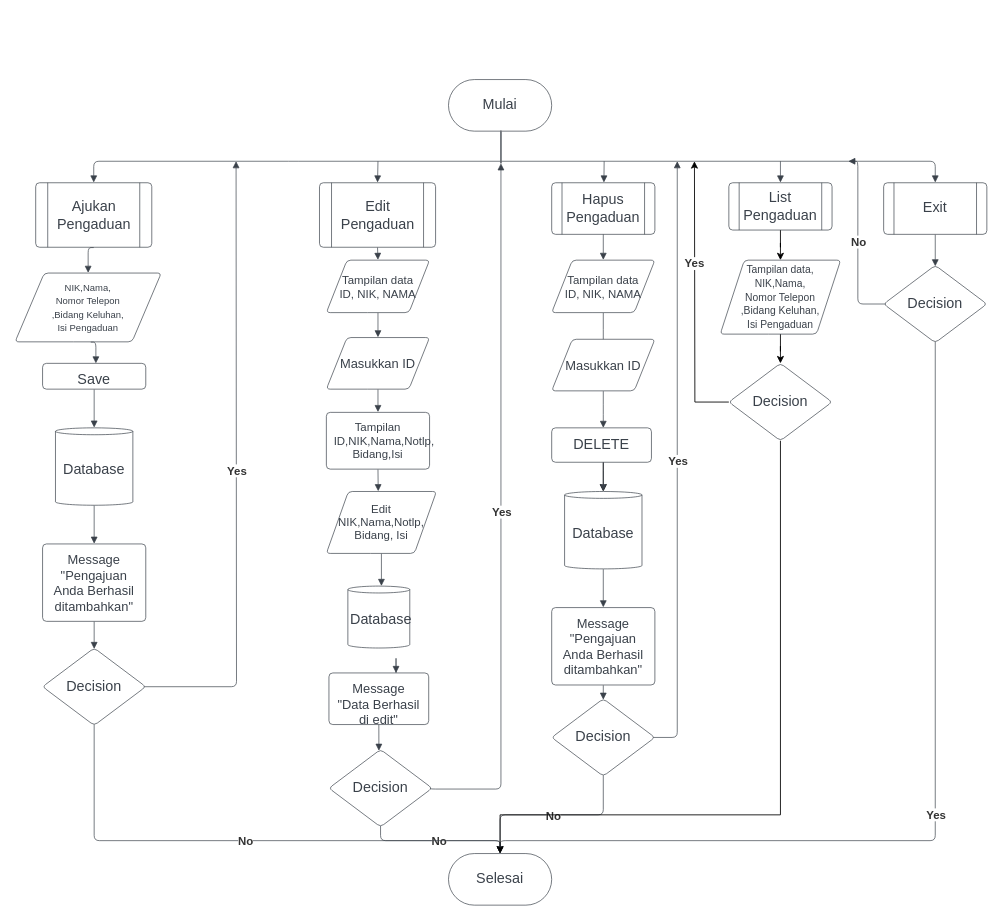
Earlier version of the draw.io diagram Diagram Tanpa Judul.drawio (renaldottt/CRUD-C-). Source tidied: cells renumbered, new cells numbered last; positions are measured from the earlier drawing's top-left corner, leaving out a move shared by most shapes. Both pictures are drawn from the tidied source at 86%, with x=0, y=0 at pixel (15, 79).
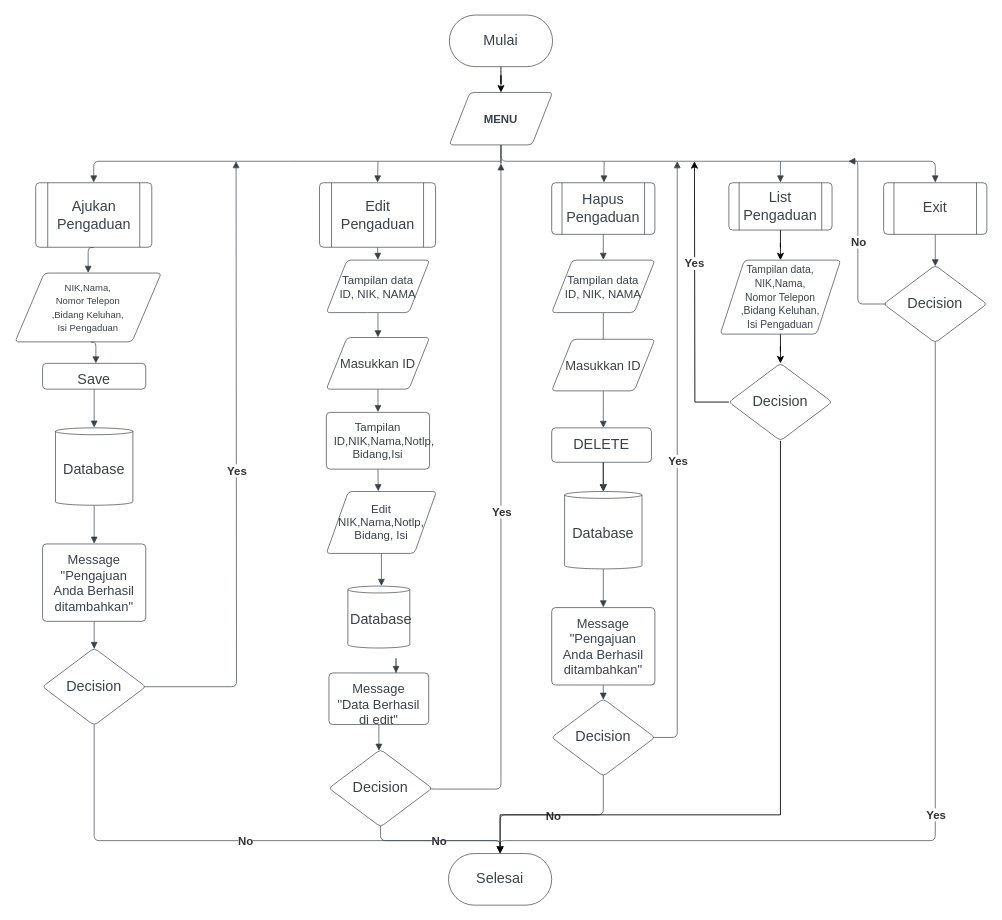
The same page after the edit.

Unchanged cells that the change refers to:
```xml
<mxCell id="64" value="Exit" style="html=1;overflow=block;blockSpacing=1;whiteSpace=wrap;shape=process;fontSize=16.7;fontColor=#3a414a;spacing=3.8;strokeColor=#3a414a;strokeOpacity=100;rounded=1;absoluteArcSize=1;arcSize=9;strokeWidth=0.8;lucidId=mh.n45oxK9Om;" parent="1" vertex="1">
  <mxGeometry x="1010" y="120" width="120" height="60" as="geometry" />
</mxCell>
```

Change to the diagram source:
```diff
@@
+    <mxCell id="77" style="edgeStyle=orthogonalEdgeStyle;rounded=0;jettySize=auto;html=1;entryX=0.5;entryY=0;entryDx=0;entryDy=0;" parent="1" edge="1" source="2" target="78">
+      <mxGeometry relative="1" as="geometry" />
+    </mxCell>
     <mxCell id="2" value="Mulai" style="html=1;overflow=block;blockSpacing=1;whiteSpace=wrap;rounded=1;arcSize=50;fontSize=16.7;fontColor=#3a414a;spacing=3.8;strokeColor=#3a414a;strokeOpacity=100;strokeWidth=0.8;lucidId=e4Xmhgmwot.s;" parent="1" vertex="1">
-      <mxGeometry x="504" width="120" height="60" as="geometry" />
+      <mxGeometry x="505" y="-75" width="120" height="60" as="geometry" />
     </mxCell>
-    <mxCell id="3" style="html=1;jettySize=18;whiteSpace=wrap;fontSize=13;strokeColor=#3a414a;strokeOpacity=100;strokeWidth=0.8;rounded=1;arcSize=12;edgeStyle=orthogonalEdgeStyle;startArrow=none;endArrow=block;endFill=1;entryX=0.5;entryY=-0.006;entryPerimeter=0;lucidId=U7XmeqWrZ1up;" parent="1" edge="1" target="64">
+    <mxCell id="3" style="html=1;jettySize=18;whiteSpace=wrap;fontSize=13;strokeColor=#3a414a;strokeOpacity=100;strokeWidth=0.8;rounded=1;arcSize=12;edgeStyle=orthogonalEdgeStyle;startArrow=none;endArrow=block;endFill=1;entryX=0.5;entryY=-0.006;entryPerimeter=0;lucidId=U7XmeqWrZ1up;" parent="1" edge="1" source="78" target="64">
       <mxGeometry relative="1" as="geometry">
-        <mxPoint x="564" y="95" as="sourcePoint" />
         <Array as="points">
           <mxPoint x="1070" y="95" />
         </Array>
       </mxGeometry>
     </mxCell>
@@
+    <mxCell id="78" value="&lt;b&gt;MENU&lt;/b&gt;" style="html=1;overflow=block;blockSpacing=1;whiteSpace=wrap;shape=parallelogram;perimeter=parallelogramPerimeter;anchorPointDirection=0;fontSize=13.3;fontColor=#3a414a;spacing=3.8;strokeColor=#3a414a;strokeOpacity=100;rounded=1;absoluteArcSize=1;arcSize=9;strokeWidth=0.8;lucidId=u9_n1XM~yD8E;" parent="1" vertex="1">
+      <mxGeometry x="505" y="15" width="120" height="61" as="geometry" />
+    </mxCell>
```
